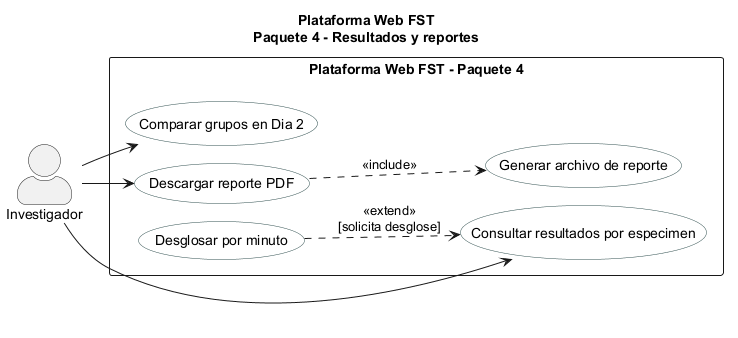
The PlantUML diagram figures/mermaid/cu_paquete4.png in ErickJester/fst-ai-system-latex, before a commit.
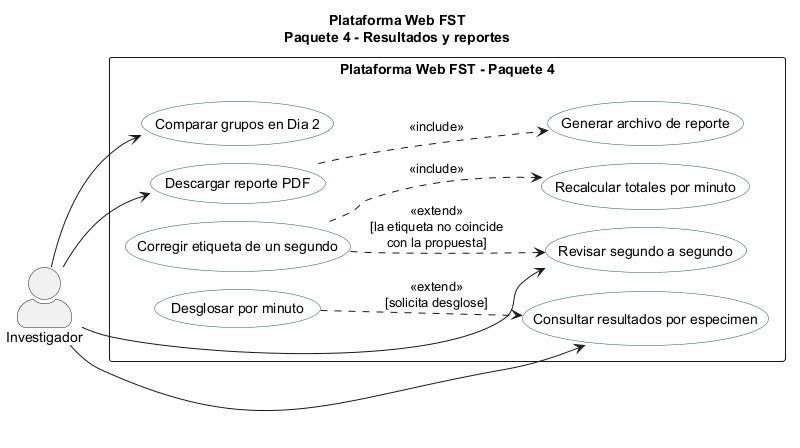
After the change.

Change to the diagram source:
```diff
@@ -15,10 +15,16 @@
   usecase "Comparar grupos en Dia 2" as UC43
   usecase "Descargar reporte PDF" as UC45
   usecase "Generar archivo de reporte" as UC46
+  usecase "Revisar segundo a segundo" as UC47
+  usecase "Corregir etiqueta de un segundo" as UC48
+  usecase "Recalcular totales por minuto" as UC49
 }
 INV --> UC41
 INV --> UC43
 INV --> UC45
 UC42 ..> UC41 : <<extend>>\n[solicita desglose]
 UC45 ..> UC46 : <<include>>
+INV --> UC47
+UC48 ..> UC47 : <<extend>>\n[la etiqueta no coincide\ncon la propuesta]
+UC48 ..> UC49 : <<include>>
 @enduml
```
